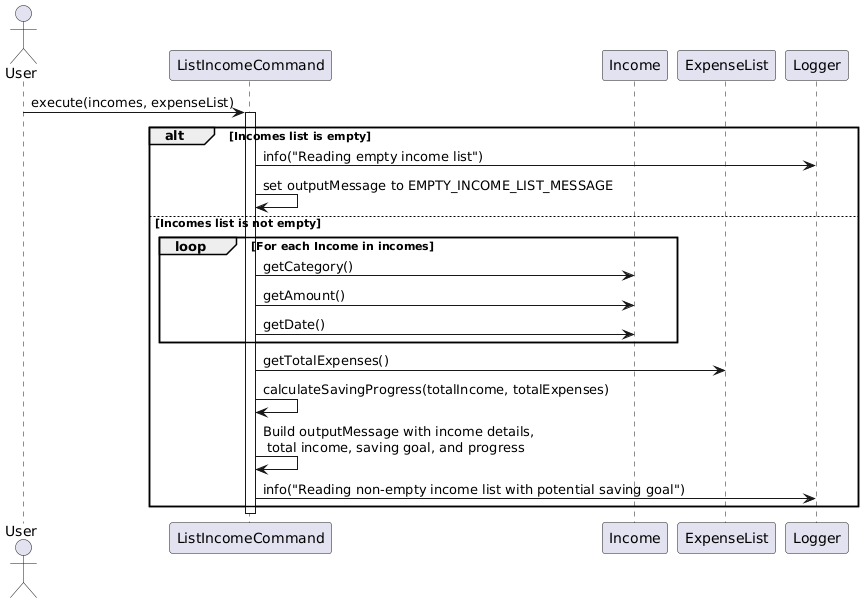
Before: docs/diagrams/ListIncomeCommandSequence.png, a diagram exported from PlantUML (thienkimtranhoang/tp). Its diagram source:
```plantuml
@startuml
hide circle
skinparam participantIconSize 0

actor "User" as User
participant "ListIncomeCommand" as LIC
participant "Income" as Income
participant "ExpenseList" as ExpenseList
participant "Logger" as Logger

User -> LIC: execute(incomes, expenseList)
activate LIC
alt Incomes list is empty
    LIC -> Logger: info("Reading empty income list")
    LIC -> LIC: set outputMessage to EMPTY_INCOME_LIST_MESSAGE
else Incomes list is not empty
    loop For each Income in incomes
        LIC -> Income: getCategory()
        LIC -> Income: getAmount()
        LIC -> Income: getDate()
    end
    LIC -> ExpenseList: getTotalExpenses()
    LIC -> LIC: calculateSavingProgress(totalIncome, totalExpenses)
    LIC -> LIC: Build outputMessage with income details,\n total income, saving goal, and progress
    LIC -> Logger: info("Reading non-empty income list with potential saving goal")
end
deactivate LIC
@enduml
```
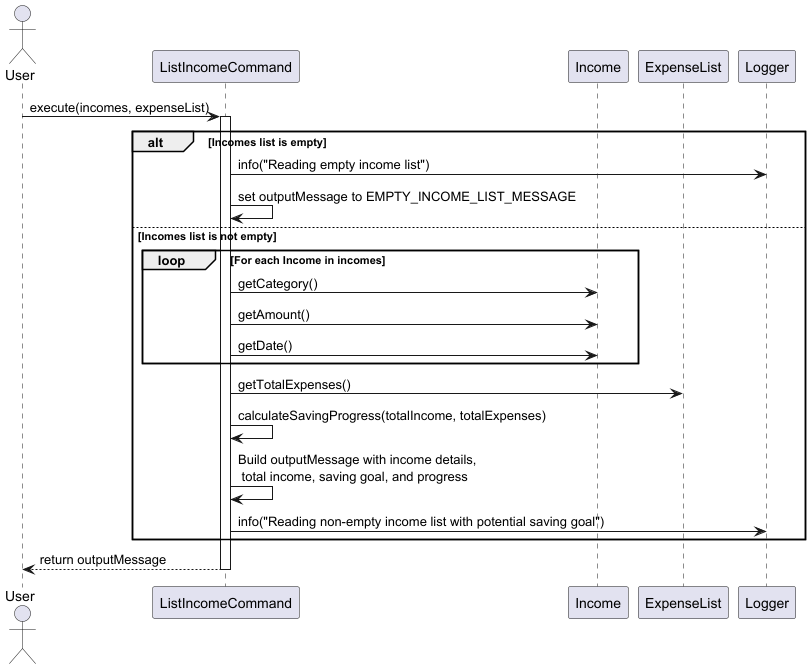
After the change.

Change to the diagram source:
```diff
@@ -24,5 +24,7 @@
     LIC -> LIC: Build outputMessage with income details,\n total income, saving goal, and progress
     LIC -> Logger: info("Reading non-empty income list with potential saving goal")
 end
+LIC --> User: return outputMessage
 deactivate LIC
+
 @enduml
```
